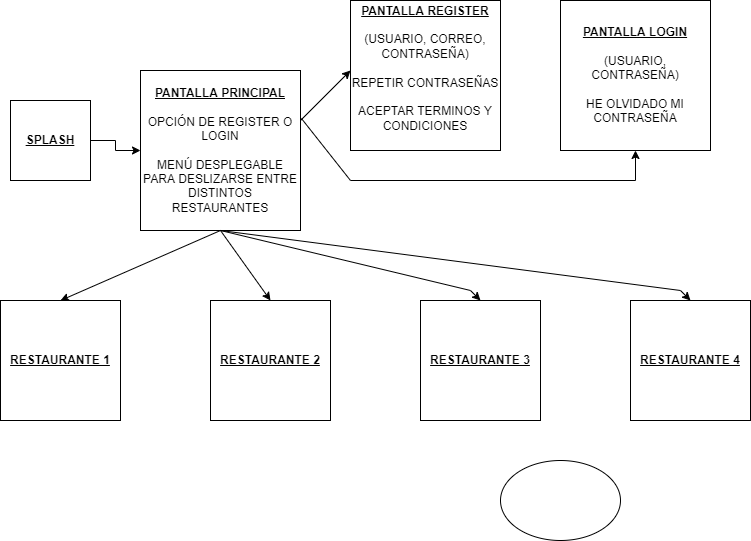
Before: Diagrama sin título.drawio.png, a diagram exported from draw.io (angelcriber99/jerou). Source tidied: cells renumbered, new cells last; positions are measured from the earlier drawing's top-left corner, leaving out a move shared by most shapes.
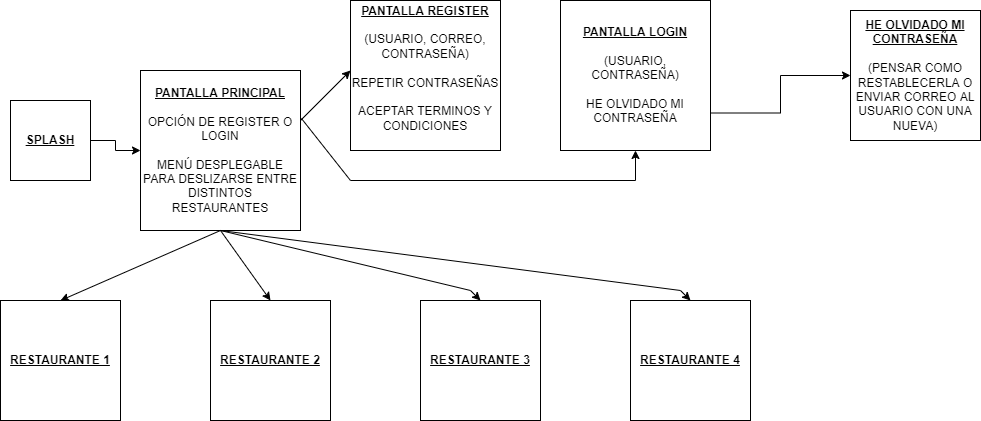
Above is the later version.

What changed in the source:
```diff
@@ -14,6 +14,9 @@
     <mxCell id="5" value="&lt;b&gt;&lt;u&gt;PANTALLA REGISTER&lt;/u&gt;&lt;/b&gt;&lt;br&gt;&lt;br&gt;(USUARIO, CORREO, CONTRASEÑA)&lt;br&gt;&lt;br&gt;REPETIR CONTRASEÑAS&lt;br&gt;&lt;br&gt;ACEPTAR TERMINOS Y CONDICIONES&lt;br&gt;&lt;br&gt;" style="whiteSpace=wrap;html=1;" parent="1" vertex="1">
       <mxGeometry x="350" width="150" height="150" as="geometry" />
     </mxCell>
+    <mxCell id="18" style="edgeStyle=orthogonalEdgeStyle;rounded=0;jettySize=auto;html=1;exitX=1;exitY=0.75;exitDx=0;exitDy=0;entryX=0;entryY=0.5;entryDx=0;entryDy=0;" parent="1" edge="1" source="6" target="19">
+      <mxGeometry relative="1" as="geometry" />
+    </mxCell>
     <mxCell id="6" value="&lt;b&gt;&lt;u&gt;PANTALLA LOGIN&lt;/u&gt;&lt;/b&gt;&lt;br&gt;&lt;br&gt;(USUARIO, CONTRASEÑA)&lt;br&gt;&lt;br&gt;HE OLVIDADO MI CONTRASEÑA" style="whiteSpace=wrap;html=1;" parent="1" vertex="1">
       <mxGeometry x="560" width="150" height="150" as="geometry" />
     </mxCell>
@@ -65,8 +68,8 @@
         </Array>
       </mxGeometry>
     </mxCell>
-    <mxCell id="17" style="ellipse;whiteSpace=wrap;html=1;" parent="1" vertex="1">
-      <mxGeometry x="500" y="460" width="120" height="80" as="geometry" />
-    </mxCell>
+    <mxCell id="19" value="&lt;b&gt;&lt;u&gt;HE OLVIDADO MI CONTRASEÑA&lt;/u&gt;&lt;/b&gt;&lt;br&gt;&lt;br&gt;(PENSAR COMO RESTABLECERLA O ENVIAR CORREO AL USUARIO CON UNA NUEVA)" style="whiteSpace=wrap;html=1;" parent="1" vertex="1">
+      <mxGeometry x="850" y="10" width="130" height="130" as="geometry" />
+    </mxCell>
   </root>
 </mxGraphModel>
```
